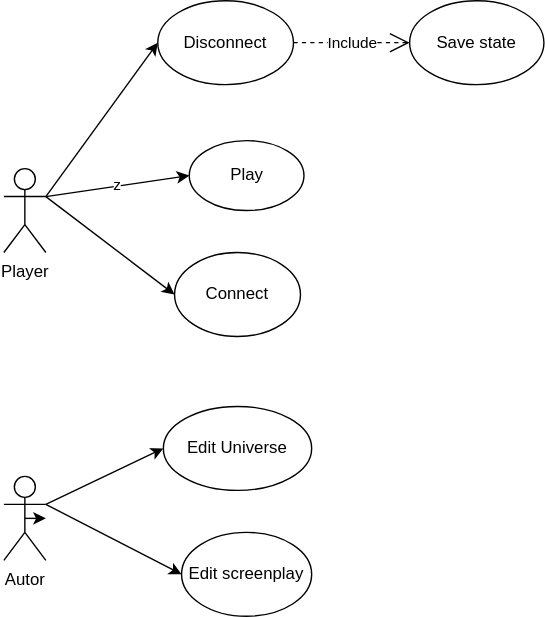
Earlier version of the draw.io export UserStories/mainUC.svg (hnbeck/perrymmo-rq). Source tidied: cells renumbered, new cells last; positions are measured from the earlier drawing's top-left corner, leaving out a move shared by most shapes. Source of this version:
```xml
<mxGraphModel>
  <root>
    <mxCell id="0" />
    <mxCell id="1" parent="0" />
    <mxCell id="2" value="z" style="rounded=0;jettySize=auto;html=1;entryX=0;entryY=0.5;entryDx=0;entryDy=0;exitX=1;exitY=0.3333333333333333;exitDx=0;exitDy=0;exitPerimeter=0;" parent="1" edge="1" source="3" target="5">
      <mxGeometry relative="1" as="geometry" />
    </mxCell>
    <mxCell id="3" value="Player" style="shape=umlActor;verticalLabelPosition=bottom;verticalAlign=top;html=1;outlineConnect=0;" parent="1" vertex="1">
      <mxGeometry y="120" width="30" height="60" as="geometry" />
    </mxCell>
    <mxCell id="4" value="Connect" style="ellipse;whiteSpace=wrap;html=1;" parent="1" vertex="1">
      <mxGeometry x="122" y="180" width="90" height="60" as="geometry" />
    </mxCell>
    <mxCell id="5" value="Play" style="ellipse;whiteSpace=wrap;html=1;" parent="1" vertex="1">
      <mxGeometry x="132.5" y="100" width="82" height="50" as="geometry" />
    </mxCell>
    <mxCell id="6" style="endArrow=classic;html=1;exitX=1;exitY=0.3333333333333333;exitDx=0;exitDy=0;exitPerimeter=0;entryX=0;entryY=0.5;entryDx=0;entryDy=0;" parent="1" edge="1" source="3" target="4">
      <mxGeometry relative="1" as="geometry" />
    </mxCell>
    <mxCell id="7" value="Autor" style="shape=umlActor;verticalLabelPosition=bottom;verticalAlign=top;html=1;outlineConnect=0;" parent="1" vertex="1">
      <mxGeometry y="340" width="30" height="60" as="geometry" />
    </mxCell>
    <mxCell id="8" value="Edit Universe" style="ellipse;whiteSpace=wrap;html=1;" parent="1" vertex="1">
      <mxGeometry x="114" y="290" width="106" height="60" as="geometry" />
    </mxCell>
    <mxCell id="9" style="endArrow=classic;html=1;exitX=1;exitY=0.3333333333333333;exitDx=0;exitDy=0;exitPerimeter=0;entryX=0;entryY=0.5;entryDx=0;entryDy=0;" parent="1" edge="1" source="7" target="8">
      <mxGeometry relative="1" as="geometry" />
    </mxCell>
    <mxCell id="10" value="Edit screenplay" style="ellipse;whiteSpace=wrap;html=1;" parent="1" vertex="1">
      <mxGeometry x="127" y="380" width="93" height="60" as="geometry" />
    </mxCell>
    <mxCell id="11" style="endArrow=classic;html=1;entryX=0;entryY=0.5;entryDx=0;entryDy=0;exitX=1;exitY=0.3333333333333333;exitDx=0;exitDy=0;exitPerimeter=0;" parent="1" edge="1" source="7" target="10">
      <mxGeometry relative="1" as="geometry" />
    </mxCell>
    <mxCell id="12" value="Disconnect" style="ellipse;whiteSpace=wrap;html=1;" parent="1" vertex="1">
      <mxGeometry x="110" width="97" height="60" as="geometry" />
    </mxCell>
    <mxCell id="13" style="endArrow=classic;html=1;entryX=0;entryY=0.5;entryDx=0;entryDy=0;exitX=1;exitY=0.3333333333333333;exitDx=0;exitDy=0;exitPerimeter=0;" parent="1" edge="1" source="3" target="12">
      <mxGeometry relative="1" as="geometry" />
    </mxCell>
    <mxCell id="14" style="edgeStyle=none;rounded=0;orthogonalLoop=1;jettySize=auto;html=1;exitX=0.5;exitY=0.5;exitDx=0;exitDy=0;exitPerimeter=0;" parent="1" edge="1" source="7" target="7">
      <mxGeometry relative="1" as="geometry" />
    </mxCell>
    <mxCell id="15" value="Save state" style="ellipse;whiteSpace=wrap;html=1;" parent="1" vertex="1">
      <mxGeometry x="290" width="96" height="60" as="geometry" />
    </mxCell>
    <mxCell id="16" value="Include" style="endArrow=open;endSize=12;dashed=1;html=1;exitX=1;exitY=0.5;exitDx=0;exitDy=0;entryX=0;entryY=0.5;entryDx=0;entryDy=0;" parent="1" edge="1" source="12" target="15">
      <mxGeometry relative="1" as="geometry" />
    </mxCell>
  </root>
</mxGraphModel>
```
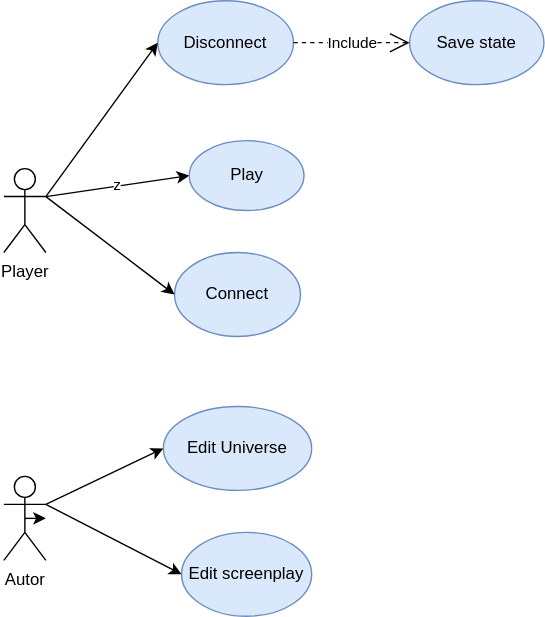
Above is the later version.

What changed in the source:
```diff
@@ -8,10 +8,10 @@
     <mxCell id="3" value="Player" style="shape=umlActor;verticalLabelPosition=bottom;verticalAlign=top;html=1;outlineConnect=0;" parent="1" vertex="1">
       <mxGeometry y="120" width="30" height="60" as="geometry" />
     </mxCell>
-    <mxCell id="4" value="Connect" style="ellipse;whiteSpace=wrap;html=1;" parent="1" vertex="1">
+    <mxCell id="4" value="Connect" style="ellipse;whiteSpace=wrap;html=1;fillColor=#dae8fc;strokeColor=#6c8ebf;" parent="1" vertex="1">
       <mxGeometry x="122" y="180" width="90" height="60" as="geometry" />
     </mxCell>
-    <mxCell id="5" value="Play" style="ellipse;whiteSpace=wrap;html=1;" parent="1" vertex="1">
+    <mxCell id="5" value="Play" style="ellipse;whiteSpace=wrap;html=1;fillColor=#dae8fc;strokeColor=#6c8ebf;" parent="1" vertex="1">
       <mxGeometry x="132.5" y="100" width="82" height="50" as="geometry" />
     </mxCell>
     <mxCell id="6" style="endArrow=classic;html=1;exitX=1;exitY=0.3333333333333333;exitDx=0;exitDy=0;exitPerimeter=0;entryX=0;entryY=0.5;entryDx=0;entryDy=0;" parent="1" edge="1" source="3" target="4">
@@ -20,19 +20,19 @@
     <mxCell id="7" value="Autor" style="shape=umlActor;verticalLabelPosition=bottom;verticalAlign=top;html=1;outlineConnect=0;" parent="1" vertex="1">
       <mxGeometry y="340" width="30" height="60" as="geometry" />
     </mxCell>
-    <mxCell id="8" value="Edit Universe" style="ellipse;whiteSpace=wrap;html=1;" parent="1" vertex="1">
+    <mxCell id="8" value="Edit Universe" style="ellipse;whiteSpace=wrap;html=1;fillColor=#dae8fc;strokeColor=#6c8ebf;" parent="1" vertex="1">
       <mxGeometry x="114" y="290" width="106" height="60" as="geometry" />
     </mxCell>
     <mxCell id="9" style="endArrow=classic;html=1;exitX=1;exitY=0.3333333333333333;exitDx=0;exitDy=0;exitPerimeter=0;entryX=0;entryY=0.5;entryDx=0;entryDy=0;" parent="1" edge="1" source="7" target="8">
       <mxGeometry relative="1" as="geometry" />
     </mxCell>
-    <mxCell id="10" value="Edit screenplay" style="ellipse;whiteSpace=wrap;html=1;" parent="1" vertex="1">
+    <mxCell id="10" value="Edit screenplay" style="ellipse;whiteSpace=wrap;html=1;fillColor=#dae8fc;strokeColor=#6c8ebf;" parent="1" vertex="1">
       <mxGeometry x="127" y="380" width="93" height="60" as="geometry" />
     </mxCell>
     <mxCell id="11" style="endArrow=classic;html=1;entryX=0;entryY=0.5;entryDx=0;entryDy=0;exitX=1;exitY=0.3333333333333333;exitDx=0;exitDy=0;exitPerimeter=0;" parent="1" edge="1" source="7" target="10">
       <mxGeometry relative="1" as="geometry" />
     </mxCell>
-    <mxCell id="12" value="Disconnect" style="ellipse;whiteSpace=wrap;html=1;" parent="1" vertex="1">
+    <mxCell id="12" value="Disconnect" style="ellipse;whiteSpace=wrap;html=1;fillColor=#dae8fc;strokeColor=#6c8ebf;" parent="1" vertex="1">
       <mxGeometry x="110" width="97" height="60" as="geometry" />
     </mxCell>
     <mxCell id="13" style="endArrow=classic;html=1;entryX=0;entryY=0.5;entryDx=0;entryDy=0;exitX=1;exitY=0.3333333333333333;exitDx=0;exitDy=0;exitPerimeter=0;" parent="1" edge="1" source="3" target="12">
@@ -41,7 +41,7 @@
     <mxCell id="14" style="edgeStyle=none;rounded=0;orthogonalLoop=1;jettySize=auto;html=1;exitX=0.5;exitY=0.5;exitDx=0;exitDy=0;exitPerimeter=0;" parent="1" edge="1" source="7" target="7">
       <mxGeometry relative="1" as="geometry" />
     </mxCell>
-    <mxCell id="15" value="Save state" style="ellipse;whiteSpace=wrap;html=1;" parent="1" vertex="1">
+    <mxCell id="15" value="Save state" style="ellipse;whiteSpace=wrap;html=1;fillColor=#dae8fc;strokeColor=#6c8ebf;" parent="1" vertex="1">
       <mxGeometry x="290" width="96" height="60" as="geometry" />
     </mxCell>
     <mxCell id="16" value="Include" style="endArrow=open;endSize=12;dashed=1;html=1;exitX=1;exitY=0.5;exitDx=0;exitDy=0;entryX=0;entryY=0.5;entryDx=0;entryDy=0;" parent="1" edge="1" source="12" target="15">
```
